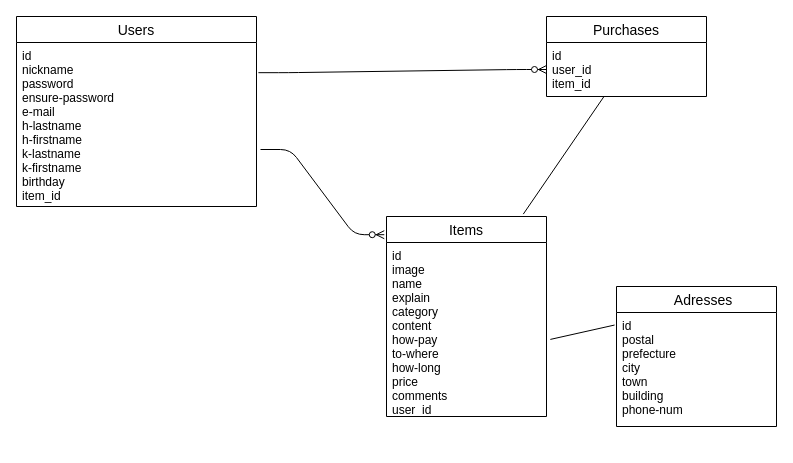
This is .drawio from HilotoTaketake/furima_27497, a draw.io file, before an edit. Source tidied: cells renumbered, new cells numbered last; positions are measured from the earlier drawing's top-left corner, leaving out a move shared by most shapes. Both pictures are drawn from the tidied source at 100%, with x=0, y=0 at pixel (16, 16).
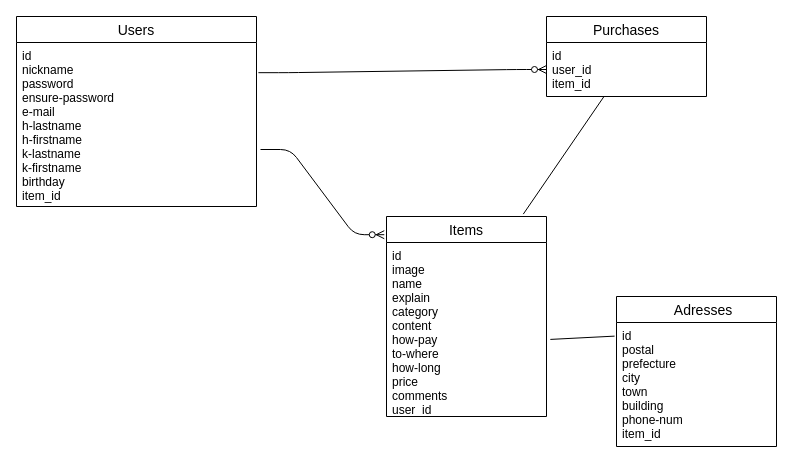
The same page after the edit.

What changed in the source:
```diff
@@
 <mxGraphModel>
   <root>
     <mxCell id="0" />
     <mxCell id="1" parent="0" />
     <mxCell id="2" value="Users" style="swimlane;fontStyle=0;horizontal=1;startSize=26;align=center;fontSize=14;" parent="1" vertex="1">
       <mxGeometry width="240" height="190" as="geometry" />
     </mxCell>
     <mxCell id="3" value="id&#10;nickname&#10;password&#10;ensure-password&#10;e-mail&#10;h-lastname&#10;h-firstname&#10;k-lastname&#10;k-firstname&#10;birthday&#10;item_id" style="text;strokeColor=none;fillColor=none;spacingLeft=4;spacingRight=4;overflow=hidden;points=[[0,0.5],[1,0.5]];portConstraint=eastwest;fontSize=12;" parent="2" vertex="1">
       <mxGeometry y="26" width="240" height="164" as="geometry" />
     </mxCell>
     <mxCell id="4" value="Purchases" style="swimlane;fontStyle=0;horizontal=1;startSize=26;align=center;fontSize=14;" parent="1" vertex="1">
       <mxGeometry x="530" width="160" height="80" as="geometry" />
     </mxCell>
     <mxCell id="5" value="id&#10;user_id&#10;item_id" style="text;strokeColor=none;fillColor=none;spacingLeft=4;spacingRight=4;overflow=hidden;points=[[0,0.5],[1,0.5]];portConstraint=eastwest;fontSize=12;" parent="4" vertex="1">
       <mxGeometry y="26" width="160" height="54" as="geometry" />
     </mxCell>
     <mxCell id="6" style="edgeStyle=entityRelationEdgeStyle;fontSize=12;html=1;endArrow=ERzeroToMany;endFill=1;entryX=-0.014;entryY=0.091;entryDx=0;entryDy=0;entryPerimeter=0;" parent="1" edge="1" target="9">
       <mxGeometry relative="1" as="geometry">
         <mxPoint x="244" y="133" as="sourcePoint" />
       </mxGeometry>
     </mxCell>
     <mxCell id="7" style="edgeStyle=entityRelationEdgeStyle;fontSize=12;html=1;endArrow=ERzeroToMany;endFill=1;exitX=1.008;exitY=0.184;exitDx=0;exitDy=0;exitPerimeter=0;entryX=0;entryY=0.5;entryDx=0;entryDy=0;" parent="1" edge="1" source="3" target="5">
       <mxGeometry relative="1" as="geometry" />
     </mxCell>
     <mxCell id="8" style="endArrow=none;html=1;rounded=0;entryX=1.024;entryY=0.557;entryDx=0;entryDy=0;entryPerimeter=0;exitX=-0.012;exitY=0.11;exitDx=0;exitDy=0;exitPerimeter=0;" parent="1" edge="1" source="13" target="10">
       <mxGeometry relative="1" as="geometry" />
     </mxCell>
     <mxCell id="9" value="Items" style="swimlane;fontStyle=0;horizontal=1;startSize=26;align=center;fontSize=14;" parent="1" vertex="1">
       <mxGeometry x="370" y="200" width="160" height="200" as="geometry" />
     </mxCell>
     <mxCell id="10" value="id&#10;image&#10;name&#10;explain&#10;category&#10;content&#10;how-pay&#10;to-where&#10;how-long&#10;price&#10;comments&#10;user_id" style="text;strokeColor=none;fillColor=none;spacingLeft=4;spacingRight=4;overflow=hidden;points=[[0,0.5],[1,0.5]];portConstraint=eastwest;fontSize=12;" parent="9" vertex="1">
       <mxGeometry y="26" width="160" height="174" as="geometry" />
     </mxCell>
     <mxCell id="11" style="endArrow=none;html=1;rounded=0;exitX=0.361;exitY=0.993;exitDx=0;exitDy=0;exitPerimeter=0;entryX=0.855;entryY=-0.012;entryDx=0;entryDy=0;entryPerimeter=0;" parent="1" edge="1" source="5" target="9">
       <mxGeometry relative="1" as="geometry" />
     </mxCell>
     <mxCell id="12" value="　Adresses" style="swimlane;fontStyle=0;horizontal=1;startSize=26;align=center;fontSize=14;" parent="1" vertex="1">
-      <mxGeometry x="600" y="270" width="160" height="140" as="geometry" />
+      <mxGeometry x="600" y="280" width="160" height="150" as="geometry" />
     </mxCell>
-    <mxCell id="13" value="id&#10;postal&#10;prefecture&#10;city&#10;town&#10;building&#10;phone-num" style="text;strokeColor=none;fillColor=none;spacingLeft=4;spacingRight=4;overflow=hidden;points=[[0,0.5],[1,0.5]];portConstraint=eastwest;fontSize=12;" parent="12" vertex="1">
-      <mxGeometry y="26" width="160" height="114" as="geometry" />
+    <mxCell id="13" value="id&#10;postal&#10;prefecture&#10;city&#10;town&#10;building&#10;phone-num&#10;item_id" style="text;strokeColor=none;fillColor=none;spacingLeft=4;spacingRight=4;overflow=hidden;points=[[0,0.5],[1,0.5]];portConstraint=eastwest;fontSize=12;" parent="12" vertex="1">
+      <mxGeometry y="26" width="160" height="124" as="geometry" />
     </mxCell>
   </root>
 </mxGraphModel>
```
